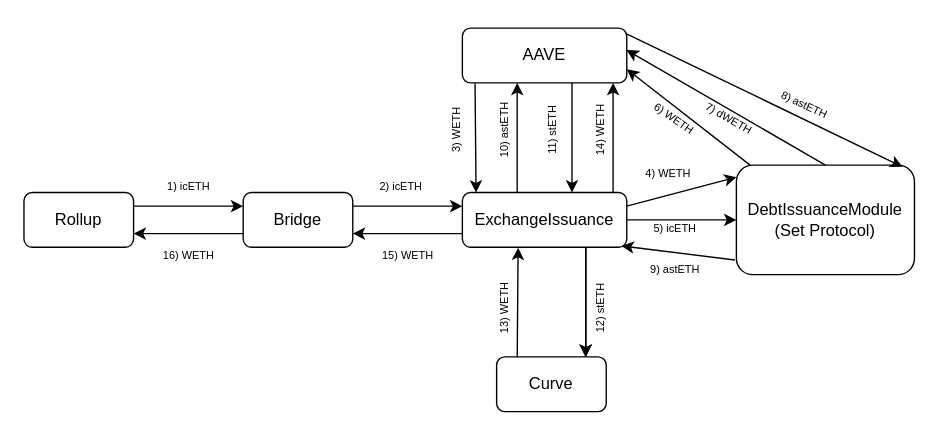
Earlier version of the draw.io diagram page "Redeem" (2 of 4) of Issue icETH.drawio (tajobin/Diagrams). Source tidied: cells renumbered, new cells numbered last; positions are measured from the earlier drawing's top-left corner, leaving out a move shared by most shapes. Both pictures are drawn from the tidied source at 137%, with x=0, y=0 at pixel (23, 27).
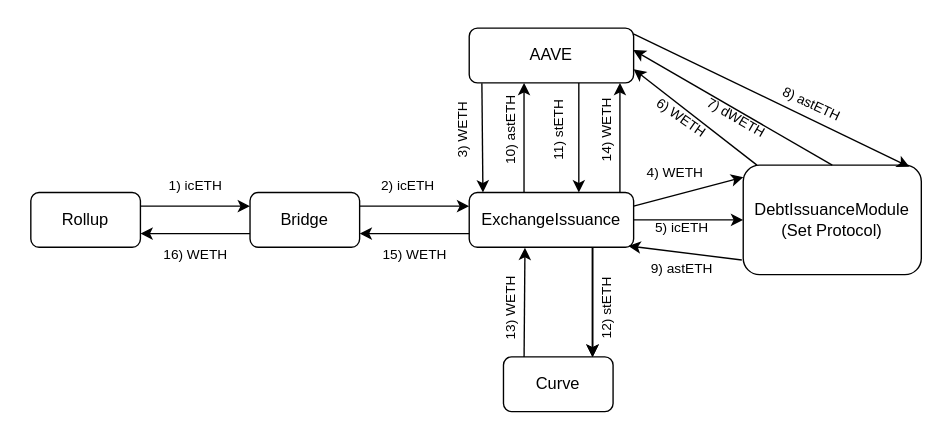
The same page after the edit.

Diff of the diagram source:
```diff
@@
     <mxCell id="2" value="Bridge" style="rounded=1;whiteSpace=wrap;html=1;" parent="1" vertex="1">
-      <mxGeometry x="160" y="120" width="80" height="40" as="geometry" />
+      <mxGeometry x="165" y="120" width="80" height="40" as="geometry" />
     </mxCell>
     <mxCell id="3" value="Rollup" style="rounded=1;whiteSpace=wrap;html=1;" parent="1" vertex="1">
-      <mxGeometry y="120" width="80" height="40" as="geometry" />
+      <mxGeometry x="5" y="120" width="80" height="40" as="geometry" />
     </mxCell>
     <mxCell id="4" value="ExchangeIssuance" style="rounded=1;whiteSpace=wrap;html=1;" parent="1" vertex="1">
-      <mxGeometry x="320" y="120" width="120" height="40" as="geometry" />
+      <mxGeometry x="325" y="120" width="120" height="40" as="geometry" />
     </mxCell>
     <mxCell id="5" value="Curve" style="rounded=1;whiteSpace=wrap;html=1;" parent="1" vertex="1">
-      <mxGeometry x="345" y="240" width="80" height="40" as="geometry" />
+      <mxGeometry x="350" y="240" width="80" height="40" as="geometry" />
     </mxCell>
     <mxCell id="6" value="DebtIssuanceModule&lt;br&gt;(Set Protocol)" style="rounded=1;whiteSpace=wrap;html=1;" parent="1" vertex="1">
-      <mxGeometry x="520" y="100" width="130" height="80" as="geometry" />
+      <mxGeometry x="525" y="100" width="130" height="80" as="geometry" />
     </mxCell>
     <mxCell id="7" value="AAVE" style="rounded=1;whiteSpace=wrap;html=1;" parent="1" vertex="1">
-      <mxGeometry x="320" width="120" height="40" as="geometry" />
+      <mxGeometry x="325" width="120" height="40" as="geometry" />
     </mxCell>
@@
     <mxCell id="9" style="endArrow=classic;html=1;rounded=0;exitX=1;exitY=0.25;exitDx=0;exitDy=0;entryX=0;entryY=0.25;entryDx=0;entryDy=0;" parent="1" edge="1">
       <mxGeometry relative="1" as="geometry">
-        <mxPoint x="240" y="130" as="sourcePoint" />
-        <mxPoint x="320" y="130" as="targetPoint" />
+        <mxPoint x="245" y="130" as="sourcePoint" />
+        <mxPoint x="325" y="130" as="targetPoint" />
       </mxGeometry>
     </mxCell>
     <mxCell id="10" style="endArrow=classic;html=1;rounded=0;exitX=0.077;exitY=1.007;exitDx=0;exitDy=0;exitPerimeter=0;" parent="1" edge="1" source="7">
       <mxGeometry relative="1" as="geometry">
-        <mxPoint x="330" y="120" as="targetPoint" />
+        <mxPoint x="335" y="120" as="targetPoint" />
       </mxGeometry>
     </mxCell>
     <mxCell id="11" style="endArrow=classic;html=1;rounded=0;" parent="1" edge="1">
       <mxGeometry relative="1" as="geometry">
-        <mxPoint x="430" y="120" as="sourcePoint" />
-        <mxPoint x="430" y="40" as="targetPoint" />
+        <mxPoint x="435" y="120" as="sourcePoint" />
+        <mxPoint x="435" y="40" as="targetPoint" />
       </mxGeometry>
     </mxCell>
     <mxCell id="12" style="endArrow=classic;html=1;rounded=0;fontSize=8;entryX=0.001;entryY=0.11;entryDx=0;entryDy=0;entryPerimeter=0;" parent="1" edge="1" target="6">
       <mxGeometry relative="1" as="geometry">
-        <mxPoint x="440" y="130" as="sourcePoint" />
+        <mxPoint x="445" y="130" as="sourcePoint" />
       </mxGeometry>
     </mxCell>
     <mxCell id="13" style="endArrow=classic;html=1;rounded=0;fontSize=8;entryX=0;entryY=0.5;entryDx=0;entryDy=0;exitX=1;exitY=0.5;exitDx=0;exitDy=0;" parent="1" edge="1" source="4" target="6">
       <mxGeometry relative="1" as="geometry">
         <Array as="points">
-          <mxPoint x="490" y="140" />
+          <mxPoint x="495" y="140" />
         </Array>
       </mxGeometry>
     </mxCell>
     <mxCell id="14" style="endArrow=classic;html=1;rounded=0;fontSize=8;exitX=0.75;exitY=1;exitDx=0;exitDy=0;" parent="1" edge="1" source="4">
       <mxGeometry relative="1" as="geometry">
-        <mxPoint x="410" y="240" as="targetPoint" />
+        <mxPoint x="415" y="240" as="targetPoint" />
       </mxGeometry>
     </mxCell>
     <mxCell id="15" style="endArrow=classic;html=1;rounded=0;fontSize=8;exitX=0.75;exitY=1;exitDx=0;exitDy=0;" parent="1" edge="1" source="4">
       <mxGeometry relative="1" as="geometry">
-        <mxPoint x="410" y="240" as="targetPoint" />
+        <mxPoint x="415" y="240" as="targetPoint" />
       </mxGeometry>
     </mxCell>
     <mxCell id="16" style="endArrow=classic;html=1;rounded=0;fontSize=8;exitX=0.75;exitY=1;exitDx=0;exitDy=0;" parent="1" edge="1" source="4">
       <mxGeometry relative="1" as="geometry">
-        <mxPoint x="410" y="240" as="targetPoint" />
+        <mxPoint x="415" y="240" as="targetPoint" />
         <Array as="points">
-          <mxPoint x="410" y="230" />
+          <mxPoint x="415" y="230" />
         </Array>
       </mxGeometry>
     </mxCell>
@@
     <mxCell id="20" style="endArrow=classic;html=1;rounded=0;entryX=0.998;entryY=0.4;entryDx=0;entryDy=0;entryPerimeter=0;" parent="1" edge="1" target="7">
       <mxGeometry relative="1" as="geometry">
-        <mxPoint x="585" y="100" as="sourcePoint" />
+        <mxPoint x="590" y="100" as="sourcePoint" />
       </mxGeometry>
     </mxCell>
@@
-    <mxCell id="23" value="&lt;font style=&quot;font-size: 8px;&quot;&gt;1) icETH&lt;/font&gt;" style="text;html=1;align=center;verticalAlign=middle;strokeColor=none;fillColor=none;rotation=0;" parent="1" vertex="1">
-      <mxGeometry x="95" y="100" width="50" height="30" as="geometry" />
+    <mxCell id="23" value="&lt;font style=&quot;font-size: 10px;&quot;&gt;1) icETH&lt;/font&gt;" style="text;html=1;align=center;verticalAlign=middle;strokeColor=none;fillColor=none;rotation=0;fontSize=10;" parent="1" vertex="1">
+      <mxGeometry x="95" y="100" width="60" height="30" as="geometry" />
     </mxCell>
@@
-    <mxCell id="25" value="&lt;font style=&quot;font-size: 8px;&quot;&gt;2) icETH&lt;/font&gt;" style="text;html=1;align=center;verticalAlign=middle;strokeColor=none;fillColor=none;rotation=0;" parent="1" vertex="1">
-      <mxGeometry x="250" y="100" width="50" height="30" as="geometry" />
+    <mxCell id="25" value="&lt;font style=&quot;font-size: 10px;&quot;&gt;2) icETH&lt;/font&gt;" style="text;html=1;align=center;verticalAlign=middle;strokeColor=none;fillColor=none;rotation=0;fontSize=10;" parent="1" vertex="1">
+      <mxGeometry x="250" y="100" width="60" height="30" as="geometry" />
     </mxCell>
-    <mxCell id="26" value="&lt;font style=&quot;font-size: 8px;&quot;&gt;3) WETH&lt;/font&gt;" style="text;html=1;align=center;verticalAlign=middle;strokeColor=none;fillColor=none;rotation=-90;" parent="1" vertex="1">
-      <mxGeometry x="285" y="60" width="60" height="30" as="geometry" />
+    <mxCell id="26" value="&lt;font style=&quot;font-size: 10px;&quot;&gt;3) WETH&lt;/font&gt;" style="text;html=1;align=center;verticalAlign=middle;strokeColor=none;fillColor=none;rotation=-90;fontSize=10;" parent="1" vertex="1">
+      <mxGeometry x="290" y="60" width="60" height="30" as="geometry" />
     </mxCell>
-    <mxCell id="27" value="&lt;font style=&quot;font-size: 8px;&quot;&gt;4) WETH&lt;/font&gt;" style="text;html=1;align=center;verticalAlign=middle;strokeColor=none;fillColor=none;rotation=0;" parent="1" vertex="1">
-      <mxGeometry x="440" y="90" width="60" height="30" as="geometry" />
+    <mxCell id="27" value="&lt;font style=&quot;font-size: 10px;&quot;&gt;4) WETH&lt;/font&gt;" style="text;html=1;align=center;verticalAlign=middle;strokeColor=none;fillColor=none;rotation=0;fontSize=10;" parent="1" vertex="1">
+      <mxGeometry x="445" y="90" width="60" height="30" as="geometry" />
     </mxCell>
-    <mxCell id="28" value="&lt;font style=&quot;font-size: 8px;&quot;&gt;6) WETH&lt;/font&gt;" style="text;html=1;align=center;verticalAlign=middle;strokeColor=none;fillColor=none;rotation=35;" parent="1" vertex="1">
-      <mxGeometry x="445" y="50" width="60" height="30" as="geometry" />
+    <mxCell id="28" value="&lt;font style=&quot;font-size: 10px;&quot;&gt;6) WETH&lt;/font&gt;" style="text;html=1;align=center;verticalAlign=middle;strokeColor=none;fillColor=none;rotation=35;fontSize=10;" parent="1" vertex="1">
+      <mxGeometry x="450" y="50" width="60" height="30" as="geometry" />
     </mxCell>
-    <mxCell id="29" value="&lt;font style=&quot;font-size: 8px;&quot;&gt;7) dWETH&lt;/font&gt;" style="text;html=1;align=center;verticalAlign=middle;strokeColor=none;fillColor=none;rotation=30;" parent="1" vertex="1">
-      <mxGeometry x="485" y="50" width="60" height="30" as="geometry" />
+    <mxCell id="29" value="&lt;font style=&quot;font-size: 10px;&quot;&gt;7) dWETH&lt;/font&gt;" style="text;html=1;align=center;verticalAlign=middle;strokeColor=none;fillColor=none;rotation=30;fontSize=10;" parent="1" vertex="1">
+      <mxGeometry x="485" y="50" width="70" height="30" as="geometry" />
     </mxCell>
-    <mxCell id="30" value="&lt;font style=&quot;font-size: 8px;&quot;&gt;8) astETH&lt;/font&gt;" style="text;html=1;align=center;verticalAlign=middle;strokeColor=none;fillColor=none;rotation=25;" parent="1" vertex="1">
-      <mxGeometry x="540" y="40" width="60" height="30" as="geometry" />
+    <mxCell id="30" value="&lt;font style=&quot;font-size: 10px;&quot;&gt;8) astETH&lt;/font&gt;" style="text;html=1;align=center;verticalAlign=middle;strokeColor=none;fillColor=none;rotation=25;fontSize=10;" parent="1" vertex="1">
+      <mxGeometry x="540" y="40" width="70" height="30" as="geometry" />
     </mxCell>
-    <mxCell id="31" value="&lt;font style=&quot;font-size: 8px;&quot;&gt;9) astETH&lt;/font&gt;" style="text;html=1;align=center;verticalAlign=middle;strokeColor=none;fillColor=none;rotation=0;" parent="1" vertex="1">
-      <mxGeometry x="445" y="160" width="60" height="30" as="geometry" />
+    <mxCell id="31" value="&lt;font style=&quot;font-size: 10px;&quot;&gt;9) astETH&lt;/font&gt;" style="text;html=1;align=center;verticalAlign=middle;strokeColor=none;fillColor=none;rotation=0;fontSize=10;" parent="1" vertex="1">
+      <mxGeometry x="445" y="160" width="70" height="30" as="geometry" />
     </mxCell>
@@
-    <mxCell id="33" value="&lt;font style=&quot;font-size: 8px;&quot;&gt;5) icETH&lt;/font&gt;" style="text;html=1;align=center;verticalAlign=middle;strokeColor=none;fillColor=none;rotation=0;" parent="1" vertex="1">
-      <mxGeometry x="450" y="130" width="50" height="30" as="geometry" />
+    <mxCell id="33" value="&lt;font style=&quot;font-size: 10px;&quot;&gt;5) icETH&lt;/font&gt;" style="text;html=1;align=center;verticalAlign=middle;strokeColor=none;fillColor=none;rotation=0;fontSize=10;" parent="1" vertex="1">
+      <mxGeometry x="450" y="130" width="60" height="30" as="geometry" />
     </mxCell>
     <mxCell id="34" style="endArrow=classic;html=1;rounded=0;" parent="1" edge="1">
       <mxGeometry relative="1" as="geometry">
-        <mxPoint x="400" y="40" as="sourcePoint" />
-        <mxPoint x="400" y="120" as="targetPoint" />
+        <mxPoint x="405" y="40" as="sourcePoint" />
+        <mxPoint x="405" y="120" as="targetPoint" />
       </mxGeometry>
     </mxCell>
     <mxCell id="35" style="endArrow=classic;html=1;rounded=0;" parent="1" edge="1">
       <mxGeometry relative="1" as="geometry">
-        <mxPoint x="360" y="120" as="sourcePoint" />
-        <mxPoint x="360" y="40" as="targetPoint" />
+        <mxPoint x="365" y="120" as="sourcePoint" />
+        <mxPoint x="365" y="40" as="targetPoint" />
       </mxGeometry>
     </mxCell>
-    <mxCell id="36" value="&lt;font style=&quot;font-size: 8px;&quot;&gt;10) astETH&lt;/font&gt;" style="text;html=1;align=center;verticalAlign=middle;strokeColor=none;fillColor=none;rotation=-90;" parent="1" vertex="1">
-      <mxGeometry x="320" y="60" width="60" height="30" as="geometry" />
+    <mxCell id="36" value="&lt;font style=&quot;font-size: 10px;&quot;&gt;10) astETH&lt;/font&gt;" style="text;html=1;align=center;verticalAlign=middle;strokeColor=none;fillColor=none;rotation=-90;fontSize=10;" parent="1" vertex="1">
+      <mxGeometry x="320" y="60" width="70" height="30" as="geometry" />
     </mxCell>
-    <mxCell id="37" value="&lt;font style=&quot;font-size: 8px;&quot;&gt;11) stETH&lt;/font&gt;" style="text;html=1;align=center;verticalAlign=middle;strokeColor=none;fillColor=none;rotation=-90;" parent="1" vertex="1">
-      <mxGeometry x="355" y="60" width="60" height="30" as="geometry" />
+    <mxCell id="37" value="&lt;font style=&quot;font-size: 10px;&quot;&gt;11) stETH&lt;/font&gt;" style="text;html=1;align=center;verticalAlign=middle;strokeColor=none;fillColor=none;rotation=-90;fontSize=10;" parent="1" vertex="1">
+      <mxGeometry x="355" y="60" width="70" height="30" as="geometry" />
     </mxCell>
-    <mxCell id="38" value="&lt;font style=&quot;font-size: 8px;&quot;&gt;12) stETH&lt;/font&gt;" style="text;html=1;align=center;verticalAlign=middle;strokeColor=none;fillColor=none;rotation=-90;" parent="1" vertex="1">
-      <mxGeometry x="390" y="190" width="60" height="30" as="geometry" />
+    <mxCell id="38" value="&lt;font style=&quot;font-size: 10px;&quot;&gt;12) stETH&lt;/font&gt;" style="text;html=1;align=center;verticalAlign=middle;strokeColor=none;fillColor=none;rotation=-90;fontSize=10;" parent="1" vertex="1">
+      <mxGeometry x="390" y="190" width="70" height="30" as="geometry" />
     </mxCell>
-    <mxCell id="39" value="&lt;font style=&quot;font-size: 8px;&quot;&gt;14) WETH&lt;/font&gt;" style="text;html=1;align=center;verticalAlign=middle;strokeColor=none;fillColor=none;rotation=-90;" parent="1" vertex="1">
-      <mxGeometry x="390" y="60" width="60" height="30" as="geometry" />
+    <mxCell id="39" value="&lt;font style=&quot;font-size: 10px;&quot;&gt;14) WETH&lt;/font&gt;" style="text;html=1;align=center;verticalAlign=middle;strokeColor=none;fillColor=none;rotation=-90;fontSize=10;" parent="1" vertex="1">
+      <mxGeometry x="390" y="60" width="70" height="30" as="geometry" />
     </mxCell>
-    <mxCell id="40" value="&lt;font style=&quot;font-size: 8px;&quot;&gt;13) WETH&lt;/font&gt;" style="text;html=1;align=center;verticalAlign=middle;strokeColor=none;fillColor=none;rotation=-90;" parent="1" vertex="1">
-      <mxGeometry x="320" y="190" width="60" height="30" as="geometry" />
+    <mxCell id="40" value="&lt;font style=&quot;font-size: 10px;&quot;&gt;13) WETH&lt;/font&gt;" style="text;html=1;align=center;verticalAlign=middle;strokeColor=none;fillColor=none;rotation=-90;fontSize=10;" parent="1" vertex="1">
+      <mxGeometry x="320" y="190" width="70" height="30" as="geometry" />
     </mxCell>
-    <mxCell id="41" value="&lt;font style=&quot;font-size: 8px;&quot;&gt;15) WETH&lt;/font&gt;" style="text;html=1;align=center;verticalAlign=middle;strokeColor=none;fillColor=none;rotation=0;" parent="1" vertex="1">
-      <mxGeometry x="250" y="150" width="60" height="30" as="geometry" />
+    <mxCell id="41" value="&lt;font style=&quot;font-size: 10px;&quot;&gt;15) WETH&lt;/font&gt;" style="text;html=1;align=center;verticalAlign=middle;strokeColor=none;fillColor=none;rotation=0;fontSize=10;" parent="1" vertex="1">
+      <mxGeometry x="250" y="150" width="70" height="30" as="geometry" />
     </mxCell>
-    <mxCell id="42" value="&lt;font style=&quot;font-size: 8px;&quot;&gt;16) WETH&lt;/font&gt;" style="text;html=1;align=center;verticalAlign=middle;strokeColor=none;fillColor=none;rotation=0;" parent="1" vertex="1">
-      <mxGeometry x="90" y="150" width="60" height="30" as="geometry" />
+    <mxCell id="42" value="&lt;font style=&quot;font-size: 10px;&quot;&gt;16) WETH&lt;/font&gt;" style="text;html=1;align=center;verticalAlign=middle;strokeColor=none;fillColor=none;rotation=0;fontSize=10;" parent="1" vertex="1">
+      <mxGeometry x="90" y="150" width="70" height="30" as="geometry" />
     </mxCell>
```
